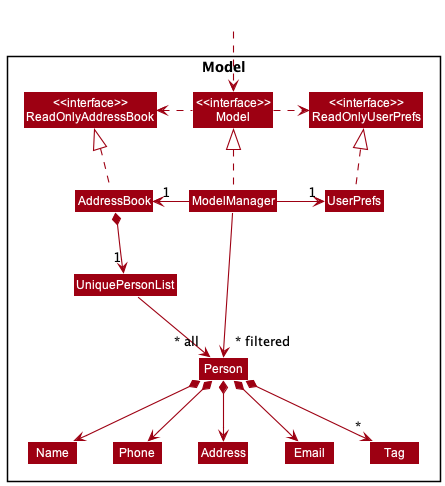
The PlantUML diagram docs/images/ModelClassDiagram.png in nus-cs2103-AY2223S2/tp, before a commit.
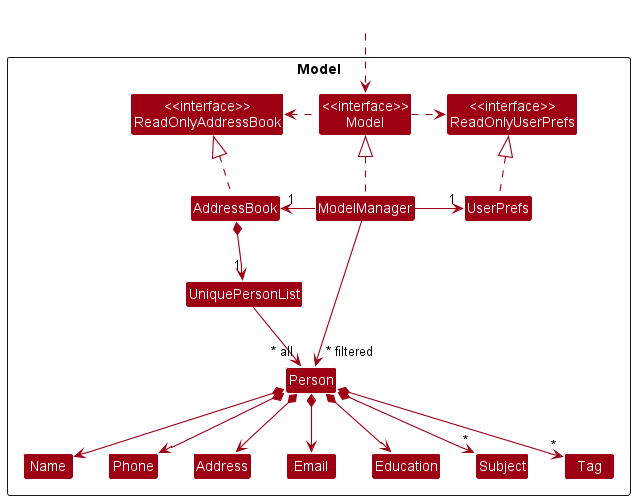
Later version of the same file.

Commit message:
Update class diagrams to include subject, education and remark

What changed in the source:
```diff
@@ -15,9 +15,11 @@
 Class UniquePersonList
 Class Person
 Class Address
+Class Education
 Class Email
 Class Name
 Class Phone
+Class Subject
 Class Tag
 
 }
@@ -40,7 +42,9 @@
 Person *--> Phone
 Person *--> Email
 Person *--> Address
+Person *--> Education
 Person *--> "*" Tag
+Person *--> "*" Subject
 
 Name -[hidden]right-> Phone
 Phone -[hidden]right-> Address
```
